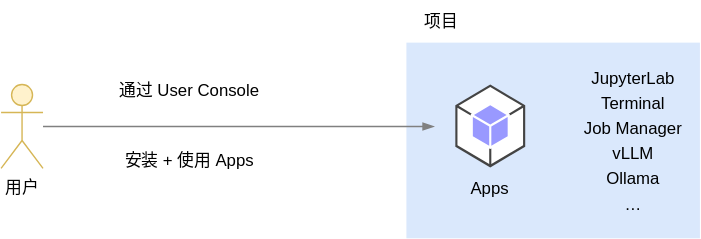
Before: src/assets/overview/use-user-console.drawio.svg, a diagram exported from draw.io (t9k/ucman). Source tidied: cells renumbered, new cells last; positions are measured from the earlier drawing's top-left corner, leaving out a move shared by most shapes.
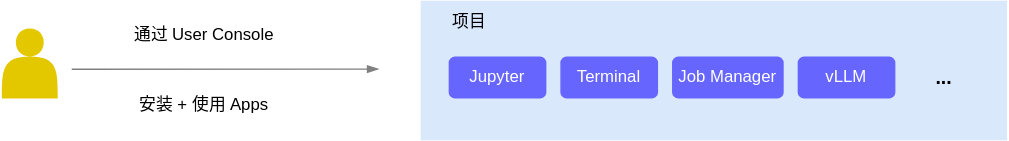
Above is the later version.

What changed in the source:
```diff
@@ -3,33 +3,40 @@
     <mxCell id="0" />
     <mxCell id="1" parent="0" />
     <mxCell id="2" style="rounded=0;whiteSpace=wrap;html=1;fillColor=#dae8fc;strokeColor=none;" parent="1" vertex="1">
-      <mxGeometry x="290" y="30" width="210" height="140" as="geometry" />
+      <mxGeometry x="290" y="40" width="420" height="100" as="geometry" />
     </mxCell>
     <mxCell id="3" value="通过 User Console" style="text;html=1;strokeColor=none;fillColor=none;align=center;verticalAlign=middle;whiteSpace=wrap;rounded=0;" parent="1" vertex="1">
       <mxGeometry x="80" y="50" width="110" height="30" as="geometry" />
     </mxCell>
-    <mxCell id="4" value="&lt;p style=&quot;line-height: 50%;&quot;&gt;JupyterLab&lt;/p&gt;&lt;p style=&quot;line-height: 50%;&quot;&gt;Terminal&lt;/p&gt;&lt;p style=&quot;line-height: 50%;&quot;&gt;Job Manager&lt;/p&gt;&lt;p style=&quot;line-height: 50%;&quot;&gt;vLLM&lt;/p&gt;&lt;p style=&quot;line-height: 50%;&quot;&gt;&lt;span style=&quot;background-color: initial;&quot;&gt;Ollama&lt;/span&gt;&lt;/p&gt;&lt;p style=&quot;line-height: 50%;&quot;&gt;…&lt;/p&gt;" style="text;html=1;strokeColor=none;fillColor=none;align=center;verticalAlign=middle;whiteSpace=wrap;rounded=0;" parent="1" vertex="1">
-      <mxGeometry x="410" y="50" width="85" height="100" as="geometry" />
-    </mxCell>
-    <mxCell id="5" value="部署 + 使用 Apps" style="text;html=1;strokeColor=none;fillColor=none;align=center;verticalAlign=middle;whiteSpace=wrap;rounded=0;" parent="1" vertex="1">
+    <mxCell id="5" value="安装 + 使用 Apps" style="text;html=1;strokeColor=none;fillColor=none;align=center;verticalAlign=middle;whiteSpace=wrap;rounded=0;" parent="1" vertex="1">
       <mxGeometry x="80" y="100" width="110" height="30" as="geometry" />
     </mxCell>
-    <mxCell id="6" value="Apps" style="text;html=1;strokeColor=none;fillColor=none;align=center;verticalAlign=middle;whiteSpace=wrap;rounded=0;" parent="1" vertex="1">
-      <mxGeometry x="320" y="120" width="60" height="30" as="geometry" />
-    </mxCell>
     <mxCell id="7" value="项目" style="text;html=1;strokeColor=none;fillColor=none;align=center;verticalAlign=middle;whiteSpace=wrap;rounded=0;" parent="1" vertex="1">
-      <mxGeometry x="290" width="50" height="30" as="geometry" />
+      <mxGeometry x="300" y="40" width="50" height="30" as="geometry" />
     </mxCell>
-    <mxCell id="8" value="用户" style="shape=umlActor;verticalLabelPosition=bottom;verticalAlign=top;html=1;outlineConnect=0;fillColor=#fff2cc;strokeColor=#d6b656;strokeWidth=1;" parent="1" vertex="1">
-      <mxGeometry y="60" width="30" height="60" as="geometry" />
-    </mxCell>
-    <mxCell id="9" style="edgeStyle=none;html=1;fontColor=#FFFFFF;strokeColor=#808080;endArrow=blockThin;endFill=1;" parent="1" edge="1" source="8">
+    <mxCell id="9" style="edgeStyle=none;html=1;fontColor=#FFFFFF;strokeColor=#808080;endArrow=blockThin;endFill=1;" parent="1" edge="1">
       <mxGeometry relative="1" as="geometry">
-        <mxPoint x="310" y="90" as="targetPoint" />
+        <mxPoint x="40" y="89.1" as="sourcePoint" />
+        <mxPoint x="260" y="89" as="targetPoint" />
       </mxGeometry>
     </mxCell>
-    <mxCell id="10" style="dashed=0;verticalLabelPosition=bottom;verticalAlign=top;align=center;html=1;shape=mxgraph.aws3.android;fillColor=#9999FF;gradientColor=none;" parent="1" vertex="1">
-      <mxGeometry x="325" y="60" width="50" height="59.3" as="geometry" />
-    </mxCell>
+    <mxCell id="11" style="shape=actor;whiteSpace=wrap;html=1;fillColor=#e3c800;strokeColor=none;fontColor=#000000;" parent="1" vertex="1">
+      <mxGeometry x="-10" y="60" width="40" height="50" as="geometry" />
+    </mxCell>
+    <mxCell id="12" value="Jupyter" style="rounded=1;whiteSpace=wrap;html=1;fillColor=#6666FF;strokeColor=none;fontColor=#FFFFFF;" parent="1" vertex="1">
+      <mxGeometry x="310" y="80" width="70" height="30" as="geometry" />
+    </mxCell>
+    <mxCell id="13" value="Terminal" style="rounded=1;whiteSpace=wrap;html=1;fillColor=#6666FF;strokeColor=none;fontColor=#FFFFFF;" parent="1" vertex="1">
+      <mxGeometry x="390" y="80" width="70" height="30" as="geometry" />
+    </mxCell>
+    <mxCell id="14" value="Job Manager" style="rounded=1;whiteSpace=wrap;html=1;fillColor=#6666FF;strokeColor=none;fontColor=#FFFFFF;" parent="1" vertex="1">
+      <mxGeometry x="470" y="80" width="80" height="30" as="geometry" />
+    </mxCell>
+    <mxCell id="15" value="vLLM" style="rounded=1;whiteSpace=wrap;html=1;fillColor=#6666FF;strokeColor=none;fontColor=#FFFFFF;" parent="1" vertex="1">
+      <mxGeometry x="560" y="80" width="70" height="30" as="geometry" />
+    </mxCell>
+    <mxCell id="16" value="&lt;font style=&quot;font-size: 14px;&quot;&gt;&lt;b&gt;...&lt;/b&gt;&lt;/font&gt;" style="text;html=1;strokeColor=none;fillColor=none;align=center;verticalAlign=middle;whiteSpace=wrap;rounded=0;" parent="1" vertex="1">
+      <mxGeometry x="640" y="80" width="50" height="30" as="geometry" />
+    </mxCell>
   </root>
 </mxGraphModel>
```
